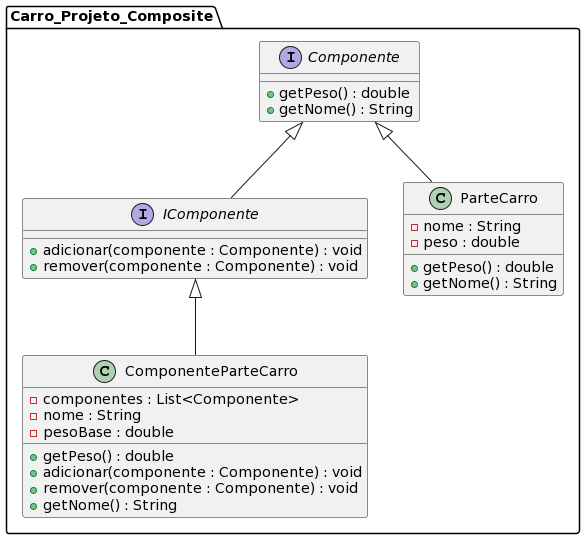
Above: Carro_Padrão_Composite_exe5/UML_Carro_Projeto_Composite.png in Erysilva98/WorkSpace_PJS (PlantUML), before the change. Its diagram source:
```plantuml
@startuml
package Carro_Projeto_Composite {

interface Componente {
  +getPeso() : double
  +getNome() : String
}

class ParteCarro {
  -nome : String
  -peso : double
  +getPeso() : double
  +getNome() : String
}

interface IComponente {
  +adicionar(componente : Componente) : void
  +remover(componente : Componente) : void
}

class ComponenteParteCarro {
  -componentes : List<Componente>
  -nome : String
  -pesoBase : double
  +getPeso() : double
  +adicionar(componente : Componente) : void
  +remover(componente : Componente) : void
  +getNome() : String
}

ParteCarro -up-|> Componente
ComponenteParteCarro -up-|> IComponente
IComponente -up-|> Componente

}
@enduml
```
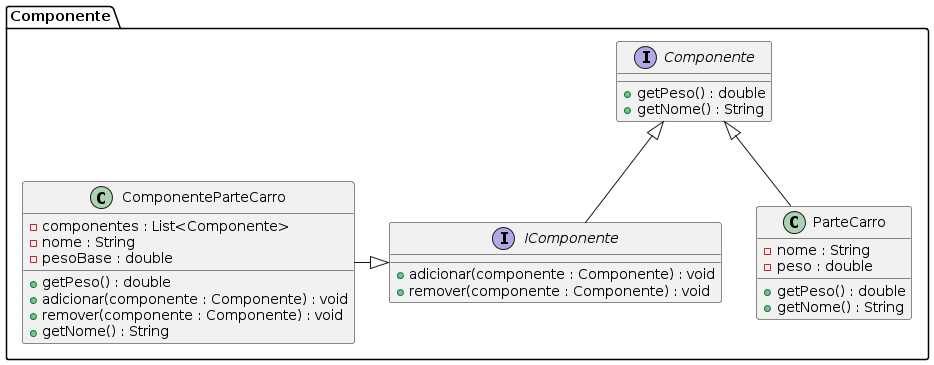
After the commit.

The edit, as a diff of the source:
```diff
@@ -1,5 +1,5 @@
 @startuml
-package Carro_Projeto_Composite {
+package Componente {
 
 interface Componente {
   +getPeso() : double
@@ -29,7 +29,7 @@
 }
 
 ParteCarro -up-|> Componente
-ComponenteParteCarro -up-|> IComponente
+ComponenteParteCarro -right-|> IComponente
 IComponente -up-|> Componente
 
 }
```
